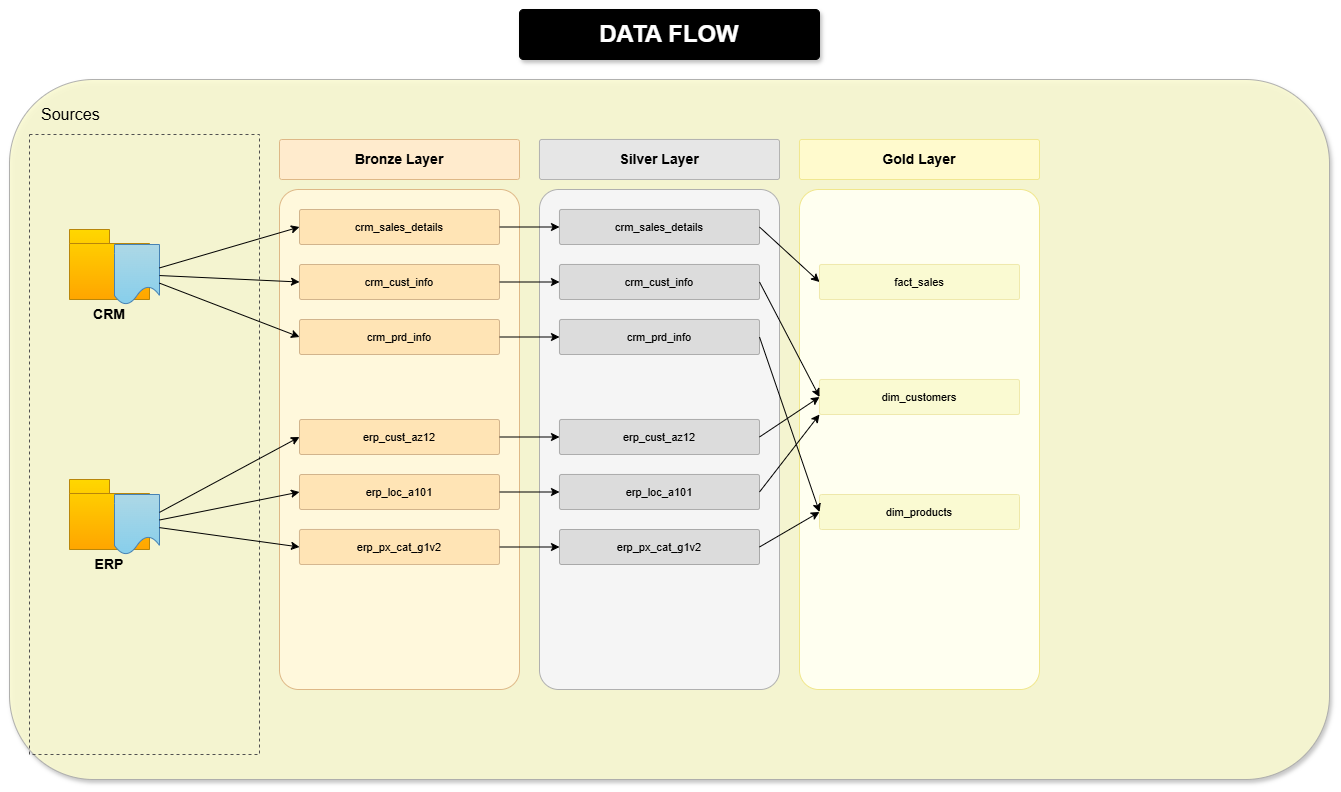
Above: docs/Images/DataFlow.png in Amans-2201/sql-data-warehouse-project (draw.io), before the change. Source tidied: cells renumbered, new cells last; positions are measured from the earlier drawing's top-left corner, leaving out a move shared by most shapes.
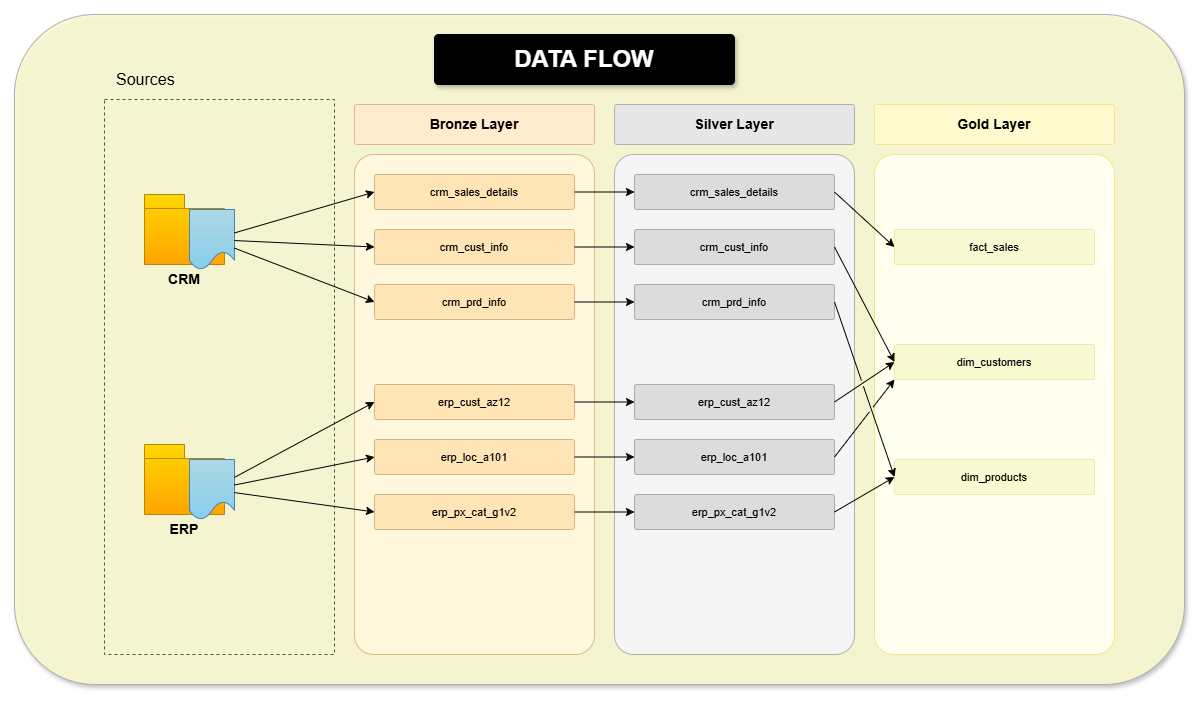
After the change.

Commit message:
updated data flow

Diff of the diagram source:
```diff
@@ -2,20 +2,14 @@
   <root>
     <mxCell id="0" />
     <mxCell id="1" parent="0" />
-    <mxCell id="2" style="rounded=1;whiteSpace=wrap;html=1;fillColor=#000000;strokeColor=#000000;shadow=1;arcSize=8;" parent="1" vertex="1">
-      <mxGeometry x="510" width="300" height="50" as="geometry" />
-    </mxCell>
-    <mxCell id="3" value="DATA FLOW" style="text;html=1;strokeColor=none;fillColor=none;align=center;verticalAlign=middle;whiteSpace=wrap;rounded=0;fontColor=#FFFFFF;fontSize=24;fontStyle=1;" parent="1" vertex="1">
-      <mxGeometry x="510" y="7.5" width="300" height="35" as="geometry" />
-    </mxCell>
     <mxCell id="4" style="rounded=1;whiteSpace=wrap;html=1;fillColor=#FAFAD2;strokeColor=#A9A9A9;arcSize=12;shadow=1;opacity=90;" parent="1" vertex="1">
-      <mxGeometry y="70" width="1320" height="700" as="geometry" />
+      <mxGeometry x="-70" y="40" width="1170" height="670" as="geometry" />
     </mxCell>
     <mxCell id="5" value="Sources" style="text;html=1;strokeColor=none;fillColor=none;align=left;verticalAlign=middle;whiteSpace=wrap;rounded=0;fontSize=16;fontStyle=0;" parent="1" vertex="1">
       <mxGeometry x="30" y="90" width="100" height="30" as="geometry" />
     </mxCell>
     <mxCell id="6" style="rounded=0;whiteSpace=wrap;html=1;dashed=1;strokeColor=#505050;fillColor=none;strokeWidth=1;" parent="1" vertex="1">
-      <mxGeometry x="20" y="125" width="230" height="620" as="geometry" />
+      <mxGeometry x="20" y="125" width="230" height="555" as="geometry" />
     </mxCell>
     <mxCell id="7" style="shape=folder;fontStyle=1;spacingTop=-10;tabWidth=40;tabHeight=14;tabPosition=left;html=1;fillColor=#FFD700;strokeColor=#B8860B;gradientColor=#FFA500;" parent="1" vertex="1">
       <mxGeometry x="60" y="220" width="80" height="70" as="geometry" />
@@ -134,23 +128,32 @@
     <mxCell id="45" style="endArrow=classic;html=1;strokeColor=#000000;entryX=0;entryY=0.5;entryDx=0;entryDy=0;exitX=1;exitY=0.5;exitDx=0;exitDy=0;" parent="1" edge="1" source="20" target="28">
       <mxGeometry relative="1" as="geometry" />
     </mxCell>
-    <mxCell id="46" style="endArrow=classic;html=1;strokeColor=#000000;entryX=0;entryY=0.5;entryDx=0;entryDy=0;exitX=1;exitY=0.5;exitDx=0;exitDy=0;" parent="1" edge="1" source="23" target="31">
+    <mxCell id="46" style="endArrow=classic;html=1;strokeColor=#000000;entryX=0;entryY=0.5;entryDx=0;entryDy=0;exitX=1;exitY=0.5;exitDx=0;exitDy=0;jumpStyle=gap;" parent="1" edge="1" source="23" target="31">
       <mxGeometry relative="1" as="geometry" />
     </mxCell>
-    <mxCell id="47" style="endArrow=classic;html=1;strokeColor=#000000;entryX=0;entryY=0.5;entryDx=0;entryDy=0;exitX=1;exitY=0.5;exitDx=0;exitDy=0;" parent="1" edge="1" source="24" target="32">
+    <mxCell id="47" style="endArrow=classic;html=1;strokeColor=#000000;entryX=0;entryY=0.5;entryDx=0;entryDy=0;exitX=1;exitY=0.5;exitDx=0;exitDy=0;jumpStyle=gap;" parent="1" edge="1" source="24" target="32">
       <mxGeometry relative="1" as="geometry" />
     </mxCell>
-    <mxCell id="48" style="endArrow=classic;html=1;strokeColor=#000000;entryX=0;entryY=0.5;entryDx=0;entryDy=0;exitX=1;exitY=0.5;exitDx=0;exitDy=0;" parent="1" edge="1" source="26" target="32">
+    <mxCell id="48" style="endArrow=classic;html=1;strokeColor=#000000;entryX=0;entryY=0.5;entryDx=0;entryDy=0;exitX=1;exitY=0.5;exitDx=0;exitDy=0;jumpStyle=gap;" parent="1" edge="1" source="26" target="32">
       <mxGeometry relative="1" as="geometry" />
     </mxCell>
-    <mxCell id="49" style="endArrow=classic;html=1;strokeColor=#000000;entryX=0;entryY=0.5;entryDx=0;entryDy=0;exitX=1;exitY=0.5;exitDx=0;exitDy=0;" parent="1" edge="1" source="25" target="33">
+    <mxCell id="49" style="endArrow=classic;html=1;strokeColor=#000000;entryX=0;entryY=0.5;entryDx=0;entryDy=0;exitX=1;exitY=0.5;exitDx=0;exitDy=0;jumpStyle=gap;" parent="1" edge="1" source="25" target="33">
       <mxGeometry relative="1" as="geometry" />
     </mxCell>
-    <mxCell id="50" style="endArrow=classic;html=1;strokeColor=#000000;entryX=0;entryY=0.5;entryDx=0;entryDy=0;exitX=1;exitY=0.5;exitDx=0;exitDy=0;" parent="1" edge="1" source="28" target="33">
+    <mxCell id="50" style="endArrow=classic;html=1;strokeColor=#000000;entryX=0;entryY=0.5;entryDx=0;entryDy=0;exitX=1;exitY=0.5;exitDx=0;exitDy=0;jumpStyle=gap;" parent="1" edge="1" source="28" target="33">
       <mxGeometry relative="1" as="geometry" />
     </mxCell>
-    <mxCell id="51" style="endArrow=classic;html=1;strokeColor=#000000;entryX=0;entryY=1;entryDx=0;entryDy=0;exitX=1;exitY=0.5;exitDx=0;exitDy=0;" parent="1" edge="1" source="27" target="32">
+    <mxCell id="51" style="endArrow=classic;html=1;strokeColor=#000000;entryX=0;entryY=1;entryDx=0;entryDy=0;exitX=1;exitY=0.5;exitDx=0;exitDy=0;jumpStyle=gap;" parent="1" edge="1" source="27" target="32">
       <mxGeometry relative="1" as="geometry" />
     </mxCell>
+    <mxCell id="2" style="rounded=1;whiteSpace=wrap;html=1;fillColor=#000000;strokeColor=#000000;shadow=1;arcSize=8;" parent="1" vertex="1">
+      <mxGeometry x="350" y="60" width="300" height="50" as="geometry" />
+    </mxCell>
+    <mxCell id="52" style="edgeStyle=orthogonalEdgeStyle;rounded=0;jettySize=auto;html=1;exitX=0.25;exitY=0;exitDx=0;exitDy=0;entryX=0.25;entryY=0;entryDx=0;entryDy=0;" parent="1" edge="1" source="3" target="2">
+      <mxGeometry relative="1" as="geometry" />
+    </mxCell>
+    <mxCell id="3" value="DATA FLOW" style="text;html=1;strokeColor=none;fillColor=none;align=center;verticalAlign=middle;whiteSpace=wrap;rounded=0;fontColor=#FFFFFF;fontSize=24;fontStyle=1;" parent="1" vertex="1">
+      <mxGeometry x="350" y="67.5" width="300" height="35" as="geometry" />
+    </mxCell>
   </root>
 </mxGraphModel>
```
